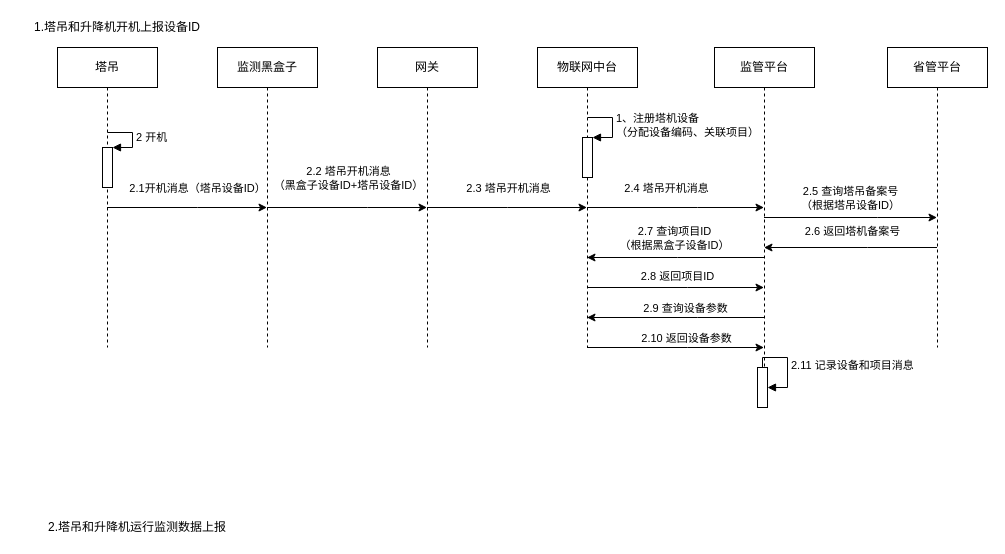
Earlier version of the draw.io diagram page "塔吊&升降机" (3 of 3) of 物场景.drawio (ZachChou-Product/model-design). Source tidied: cells renumbered, new cells numbered last; positions are measured from the earlier drawing's top-left corner, leaving out a move shared by most shapes. Both pictures are drawn from the tidied source at 100%, with x=0, y=0 at pixel (17, 17).
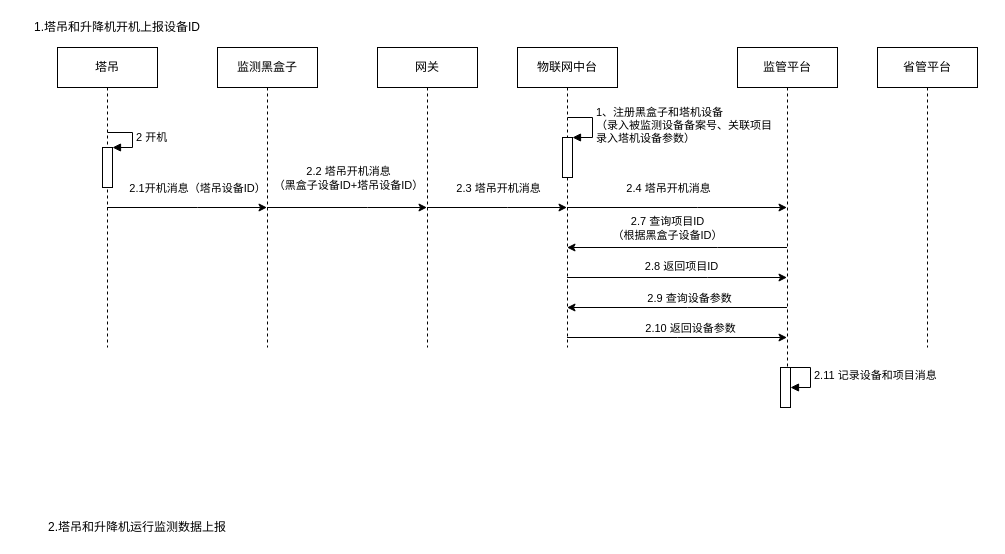
Above is the later version.

The change refers to these unchanged cells:
```xml
<mxCell id="20" style="html=1;points=[];perimeter=orthogonalPerimeter;" parent="19" vertex="1">
  <mxGeometry x="45" y="90" width="10" height="40" as="geometry" />
</mxCell>
```

What changed in the source:
```diff
@@
     <mxCell id="15" style="edgeStyle=orthogonalEdgeStyle;rounded=0;jettySize=auto;html=1;" parent="1" edge="1" source="19" target="28">
       <mxGeometry relative="1" as="geometry">
         <Array as="points">
-          <mxPoint x="670" y="270" />
-          <mxPoint x="670" y="270" />
+          <mxPoint x="690" y="260" />
+          <mxPoint x="690" y="260" />
         </Array>
       </mxGeometry>
     </mxCell>
@@
     <mxCell id="17" style="edgeStyle=orthogonalEdgeStyle;rounded=0;jettySize=auto;html=1;" parent="1" edge="1" source="19" target="28">
       <mxGeometry relative="1" as="geometry">
         <Array as="points">
-          <mxPoint x="670" y="330" />
-          <mxPoint x="670" y="330" />
+          <mxPoint x="660" y="320" />
+          <mxPoint x="660" y="320" />
         </Array>
       </mxGeometry>
     </mxCell>
@@
     <mxCell id="19" value="物联网中台" style="shape=umlLifeline;perimeter=lifelinePerimeter;whiteSpace=wrap;html=1;outlineConnect=0;" parent="1" vertex="1">
-      <mxGeometry x="520" y="30" width="100" height="300" as="geometry" />
+      <mxGeometry x="500" y="30" width="100" height="300" as="geometry" />
     </mxCell>
@@
-    <mxCell id="21" value="&lt;div&gt;1、注册塔机设备&lt;/div&gt;&lt;div&gt;（分配设备编码、关联项目）&lt;br&gt;&lt;/div&gt;" style="edgeStyle=orthogonalEdgeStyle;html=1;align=left;spacingLeft=2;endArrow=block;rounded=0;entryX=1;entryY=0;" parent="19" edge="1" target="20">
+    <mxCell id="21" value="&lt;div&gt;1、注册黑盒子和塔机设备&lt;/div&gt;&lt;div&gt;（录入被监测设备备案号、关联项目&lt;/div&gt;&lt;div&gt;录入塔机设备参数）&lt;br&gt;&lt;/div&gt;" style="edgeStyle=orthogonalEdgeStyle;html=1;align=left;spacingLeft=2;endArrow=block;rounded=0;entryX=1;entryY=0;" parent="19" edge="1" target="20">
       <mxGeometry relative="1" as="geometry">
         <mxPoint x="50" y="70" as="sourcePoint" />
         <Array as="points">
           <mxPoint x="75" y="70" />
         </Array>
       </mxGeometry>
     </mxCell>
-    <mxCell id="22" style="edgeStyle=orthogonalEdgeStyle;rounded=0;jettySize=auto;html=1;" parent="1" edge="1" source="28" target="33">
-      <mxGeometry relative="1" as="geometry">
-        <Array as="points">
-          <mxPoint x="860" y="200" />
-          <mxPoint x="860" y="200" />
-        </Array>
-      </mxGeometry>
-    </mxCell>
-    <mxCell id="23" value="&lt;div&gt;2.5 查询塔吊备案号&lt;/div&gt;&lt;div&gt;（根据塔吊设备ID）&lt;br&gt;&lt;/div&gt;" style="edgeLabel;html=1;align=center;verticalAlign=middle;" parent="22" vertex="1">
-      <mxGeometry x="-0.11" y="1" relative="1" as="geometry">
-        <mxPoint x="8.5" y="-19" as="offset" />
-      </mxGeometry>
-    </mxCell>
     <mxCell id="24" style="edgeStyle=orthogonalEdgeStyle;rounded=0;jettySize=auto;html=1;" parent="1" edge="1" source="28" target="19">
       <mxGeometry relative="1" as="geometry">
         <Array as="points">
-          <mxPoint x="660" y="240" />
-          <mxPoint x="660" y="240" />
+          <mxPoint x="700" y="230" />
+          <mxPoint x="700" y="230" />
         </Array>
       </mxGeometry>
     </mxCell>
@@
     <mxCell id="26" style="edgeStyle=orthogonalEdgeStyle;rounded=0;jettySize=auto;html=1;" parent="1" edge="1" source="28" target="19">
       <mxGeometry relative="1" as="geometry">
         <Array as="points">
-          <mxPoint x="680" y="300" />
-          <mxPoint x="680" y="300" />
+          <mxPoint x="670" y="290" />
+          <mxPoint x="670" y="290" />
         </Array>
       </mxGeometry>
     </mxCell>
@@
     <mxCell id="28" value="监管平台" style="shape=umlLifeline;perimeter=lifelinePerimeter;whiteSpace=wrap;html=1;outlineConnect=0;" parent="1" vertex="1">
-      <mxGeometry x="697" y="30" width="100" height="360" as="geometry" />
+      <mxGeometry x="720" y="30" width="100" height="360" as="geometry" />
     </mxCell>
@@
     <mxCell id="30" value="2.11 记录设备和项目消息" style="edgeStyle=orthogonalEdgeStyle;html=1;align=left;spacingLeft=2;endArrow=block;rounded=0;" parent="28" edge="1">
       <mxGeometry relative="1" as="geometry">
         <mxPoint x="48" y="320" as="sourcePoint" />
         <mxPoint x="53" y="340" as="targetPoint" />
         <Array as="points">
-          <mxPoint x="48" y="310" />
-          <mxPoint x="73" y="310" />
+          <mxPoint x="73" y="320" />
           <mxPoint x="73" y="340" />
         </Array>
       </mxGeometry>
     </mxCell>
-    <mxCell id="31" style="edgeStyle=orthogonalEdgeStyle;rounded=0;jettySize=auto;html=1;" parent="1" edge="1" source="33" target="28">
-      <mxGeometry relative="1" as="geometry">
-        <Array as="points">
-          <mxPoint x="850" y="230" />
-          <mxPoint x="850" y="230" />
-        </Array>
-      </mxGeometry>
-    </mxCell>
-    <mxCell id="32" value="2.6 返回塔机备案号" style="edgeLabel;html=1;align=center;verticalAlign=middle;" parent="31" vertex="1">
-      <mxGeometry x="0.04" y="-2" relative="1" as="geometry">
-        <mxPoint x="4.5" y="-15" as="offset" />
-      </mxGeometry>
-    </mxCell>
     <mxCell id="33" value="省管平台" style="shape=umlLifeline;perimeter=lifelinePerimeter;whiteSpace=wrap;html=1;outlineConnect=0;" parent="1" vertex="1">
-      <mxGeometry x="870" y="30" width="100" height="300" as="geometry" />
+      <mxGeometry x="860" y="30" width="100" height="300" as="geometry" />
     </mxCell>
```
